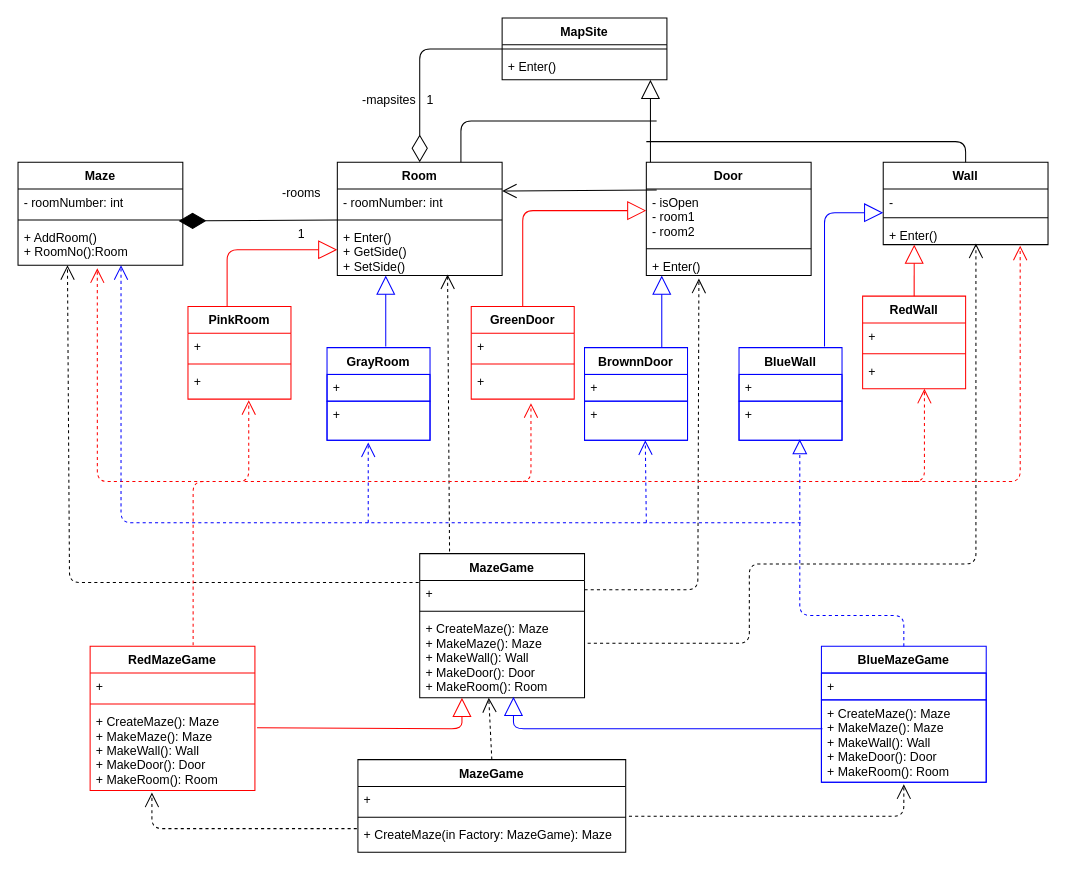
Above: scf55-HW3-AbstractFactory.drawio in Shirlazybrat/Software-Design (draw.io), before the change. Source tidied: cells renumbered, new cells numbered last; positions are measured from the earlier drawing's top-left corner, leaving out a move shared by most shapes. Both pictures are drawn from the tidied source at 103%, with x=0, y=0 at pixel (18, 18).
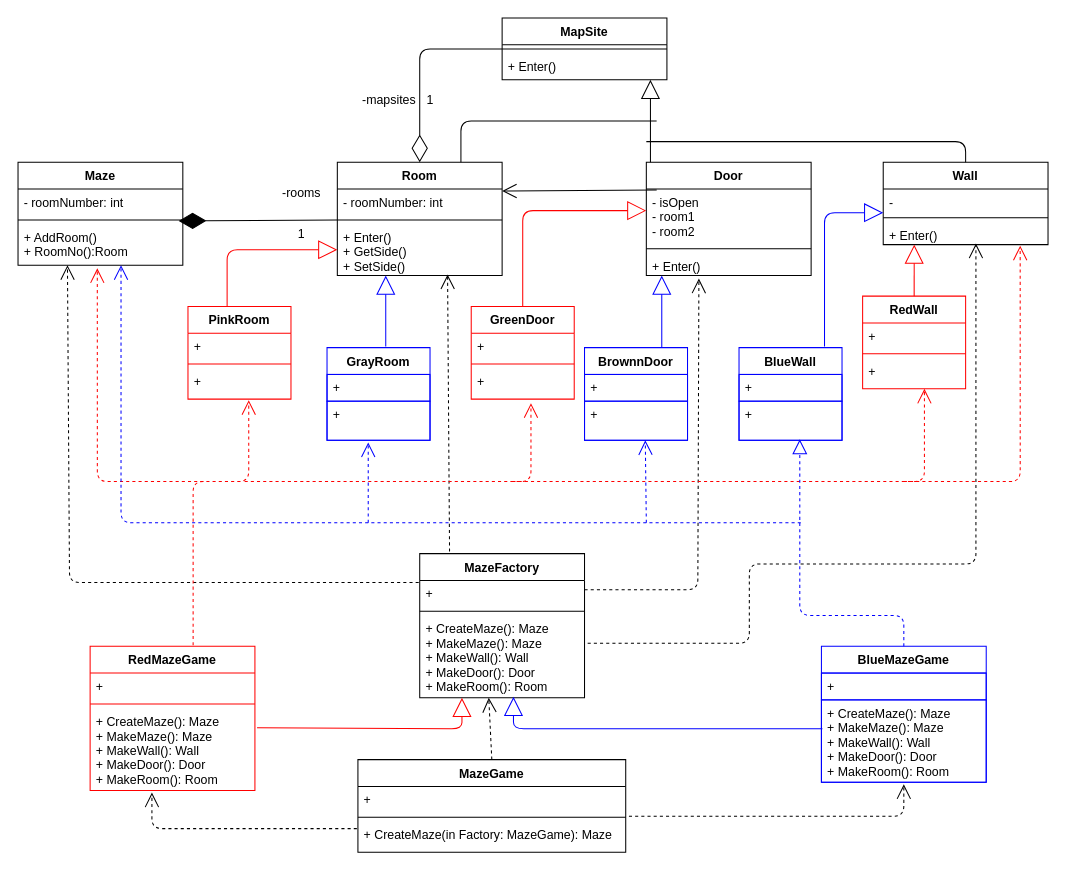
Above is the later version.

The edit, as a diff of the source:
```diff
@@
-    <mxCell id="21" value="MazeGame" style="swimlane;fontStyle=1;align=center;verticalAlign=top;horizontal=1;startSize=26;" parent="1" vertex="1">
+    <mxCell id="21" value="MazeFactory" style="swimlane;fontStyle=1;align=center;verticalAlign=top;horizontal=1;startSize=26;" parent="1" vertex="1">
       <mxGeometry x="390" y="520" width="160" height="140" as="geometry" />
     </mxCell>
```
